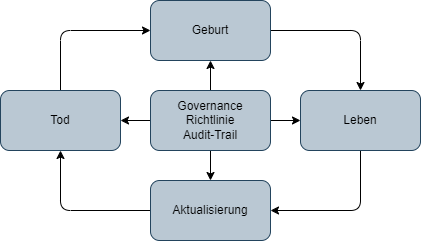
Above: seminararbeit/assets/idlc.png in m-heim/IT-GRC (draw.io), before the change. Source tidied: cells renumbered, new cells last; positions are measured from the earlier drawing's top-left corner, leaving out a move shared by most shapes.
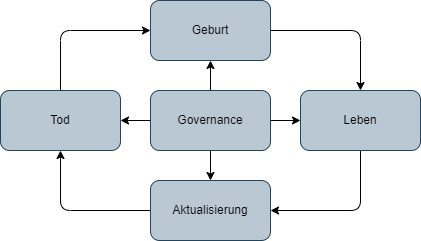
After the commit.

Diff of the diagram source:
```diff
@@ -14,7 +14,7 @@
     <mxCell id="5" style="edgeStyle=none;html=1;entryX=1;entryY=0.5;entryDx=0;entryDy=0;" parent="1" edge="1" source="6" target="8">
       <mxGeometry relative="1" as="geometry" />
     </mxCell>
-    <mxCell id="6" value="Governance&lt;br&gt;Richtlinie&lt;br&gt;Audit-Trail" style="rounded=1;whiteSpace=wrap;html=1;fillColor=#bac8d3;strokeColor=#23445d;fontColor=#000000;" parent="1" vertex="1">
+    <mxCell id="6" value="Governance" style="rounded=1;whiteSpace=wrap;html=1;fillColor=#bac8d3;strokeColor=#23445d;fontColor=#000000;" parent="1" vertex="1">
       <mxGeometry x="150" y="90" width="120" height="60" as="geometry" />
     </mxCell>
     <mxCell id="7" style="edgeStyle=none;html=1;entryX=0;entryY=0.5;entryDx=0;entryDy=0;" parent="1" edge="1" source="8" target="14">
```
